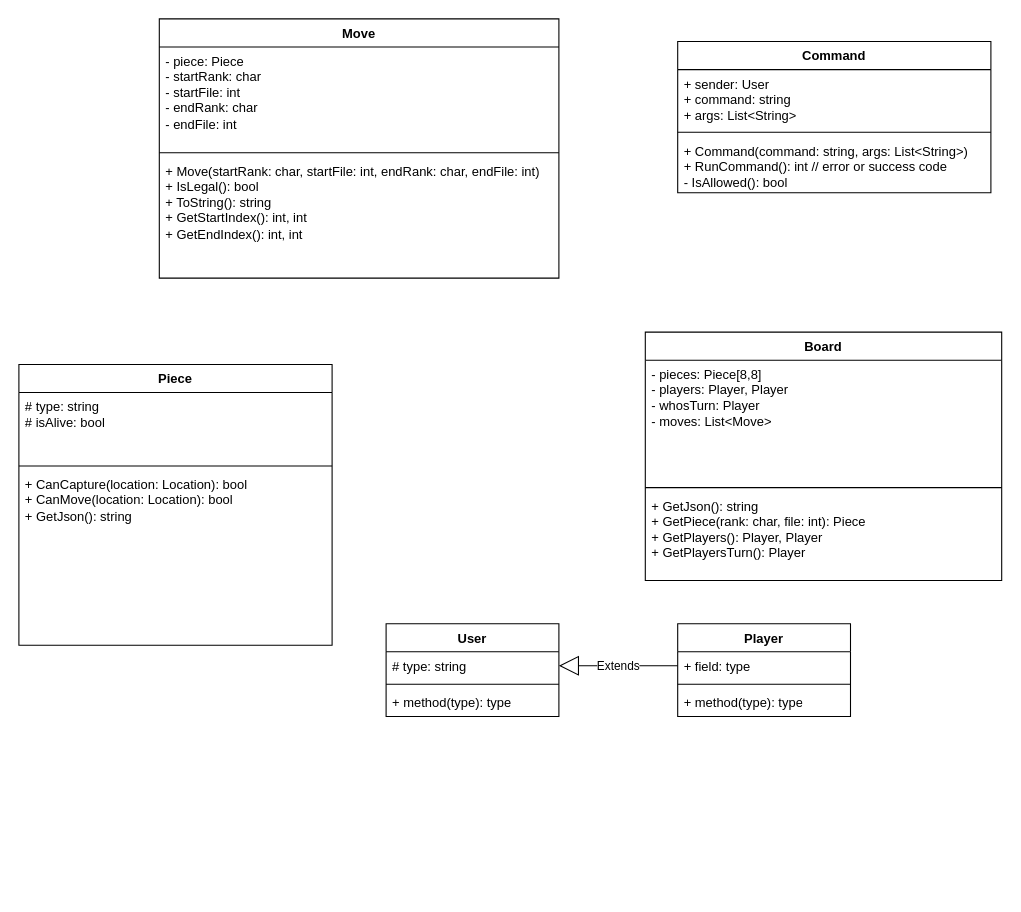
Above: final/FinalProject/Server UML.drawio in noduh/CSE-210 (draw.io), before the change. Source tidied: cells renumbered, new cells numbered last; positions are measured from the earlier drawing's top-left corner, leaving out a move shared by most shapes. Both pictures are drawn from the tidied source at 108%, with x=0, y=0 at pixel (18, 18).
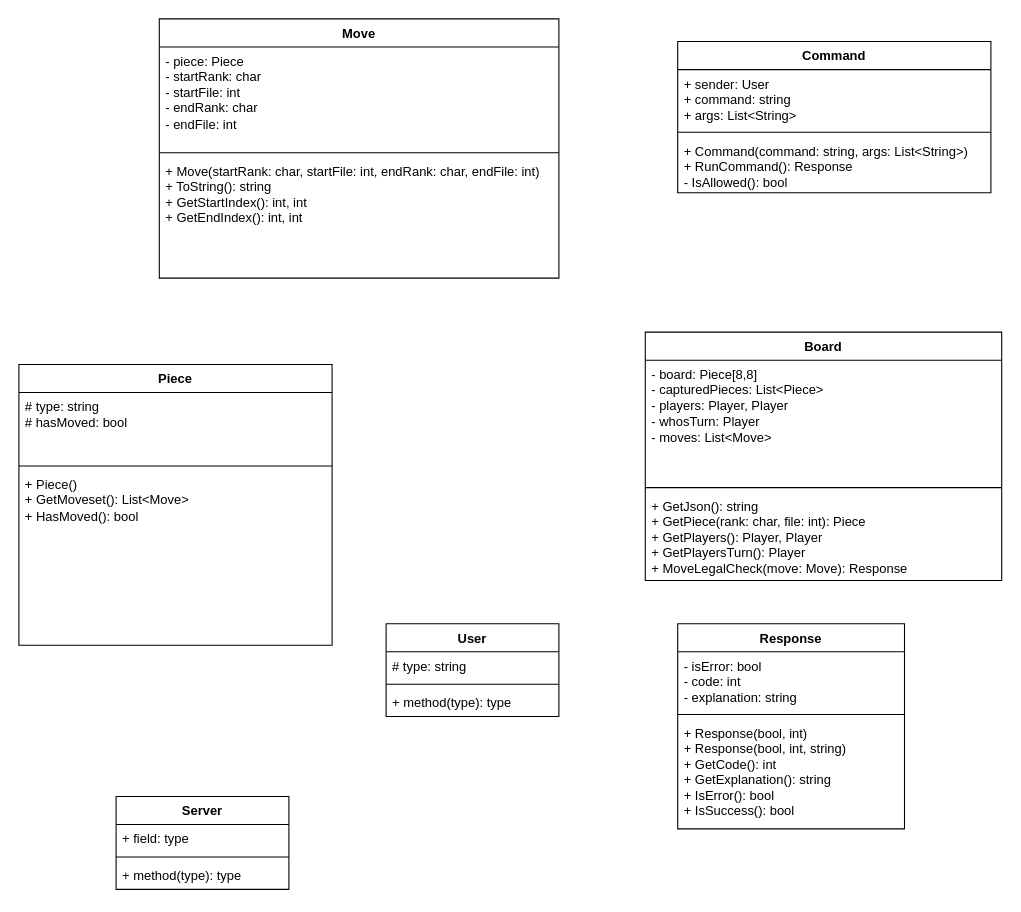
After the change.

Commit message (it also covers changes not shown here):
finished bare-bones of a server

Unchanged cells that the change refers to:
```xml
<mxCell id="2" value="Piece" style="swimlane;fontStyle=1;align=center;verticalAlign=top;horizontal=1;startSize=26;whiteSpace=wrap;html=1;" parent="1" vertex="1">
  <mxGeometry y="320" width="290" height="260" as="geometry" />
</mxCell>
<mxCell id="6" value="Board" style="swimlane;fontStyle=1;align=center;verticalAlign=top;horizontal=1;startSize=26;whiteSpace=wrap;html=1;" parent="1" vertex="1">
  <mxGeometry x="580" y="290" width="330" height="230" as="geometry" />
</mxCell>
<mxCell id="10" value="Move" style="swimlane;fontStyle=1;align=center;verticalAlign=top;horizontal=1;startSize=26;whiteSpace=wrap;html=1;" parent="1" vertex="1">
  <mxGeometry x="130" width="370" height="240" as="geometry" />
</mxCell>
<mxCell id="14" value="Command" style="swimlane;fontStyle=1;align=center;verticalAlign=top;horizontal=1;startSize=26;whiteSpace=wrap;html=1;" parent="1" vertex="1">
  <mxGeometry x="610" y="21" width="290" height="140" as="geometry" />
</mxCell>
<mxCell id="19" value="# type: string" style="text;strokeColor=none;fillColor=none;align=left;verticalAlign=top;spacingLeft=4;spacingRight=4;overflow=hidden;points=[[0,0.5],[1,0.5]];portConstraint=eastwest;whiteSpace=wrap;html=1;" parent="18" vertex="1">
  <mxGeometry y="26" width="160" height="26" as="geometry" />
</mxCell>
```

Diff of the diagram source:
```diff
@@
-    <mxCell id="3" value="# type: string&lt;div&gt;# isAlive: bool&lt;/div&gt;" style="text;strokeColor=none;fillColor=none;align=left;verticalAlign=top;spacingLeft=4;spacingRight=4;overflow=hidden;whiteSpace=wrap;html=1;" parent="2" vertex="1">
+    <mxCell id="3" value="# type: string&lt;div&gt;# hasMoved: bool&lt;/div&gt;" style="text;strokeColor=none;fillColor=none;align=left;verticalAlign=top;spacingLeft=4;spacingRight=4;overflow=hidden;whiteSpace=wrap;html=1;" parent="2" vertex="1">
       <mxGeometry y="26" width="290" height="64" as="geometry" />
     </mxCell>
@@
-    <mxCell id="5" value="+ CanCapture(location: Location): bool&lt;div&gt;+ CanMove(location: Location): bool&lt;/div&gt;&lt;div&gt;+ GetJson(): string&lt;/div&gt;&lt;div&gt;&lt;br&gt;&lt;/div&gt;" style="text;strokeColor=none;fillColor=none;align=left;verticalAlign=top;spacingLeft=4;spacingRight=4;overflow=hidden;whiteSpace=wrap;html=1;" parent="2" vertex="1">
+    <mxCell id="5" value="&lt;div&gt;+ Piece()&lt;/div&gt;&lt;div&gt;+ GetMoveset(): List&amp;lt;Move&amp;gt;&lt;/div&gt;&lt;div&gt;+ HasMoved(): bool&lt;/div&gt;" style="text;strokeColor=none;fillColor=none;align=left;verticalAlign=top;spacingLeft=4;spacingRight=4;overflow=hidden;whiteSpace=wrap;html=1;" parent="2" vertex="1">
       <mxGeometry y="98" width="290" height="162" as="geometry" />
     </mxCell>
@@
-    <mxCell id="7" value="- pieces: Piece[8,8]&lt;div&gt;- players: Player, Player&lt;/div&gt;&lt;div&gt;- whosTurn: Player&lt;/div&gt;&lt;div&gt;- moves: List&amp;lt;Move&amp;gt;&lt;/div&gt;" style="text;strokeColor=none;fillColor=none;align=left;verticalAlign=top;spacingLeft=4;spacingRight=4;overflow=hidden;whiteSpace=wrap;html=1;" parent="6" vertex="1">
+    <mxCell id="7" value="- board: Piece[8,8]&lt;div&gt;- capturedPieces: List&amp;lt;Piece&amp;gt;&lt;br&gt;&lt;div&gt;- players: Player, Player&lt;/div&gt;&lt;div&gt;- whosTurn: Player&lt;/div&gt;&lt;div&gt;- moves: List&amp;lt;Move&amp;gt;&lt;/div&gt;&lt;/div&gt;" style="text;strokeColor=none;fillColor=none;align=left;verticalAlign=top;spacingLeft=4;spacingRight=4;overflow=hidden;whiteSpace=wrap;html=1;" parent="6" vertex="1">
       <mxGeometry y="26" width="330" height="114" as="geometry" />
     </mxCell>
@@
-    <mxCell id="9" value="+ GetJson(): string&lt;div&gt;+ GetPiece(rank: char, file: int): Piece&lt;/div&gt;&lt;div&gt;+ GetPlayers(): Player, Player&lt;/div&gt;&lt;div&gt;+ GetPlayersTurn(): Player&lt;/div&gt;" style="text;strokeColor=none;fillColor=none;align=left;verticalAlign=top;spacingLeft=4;spacingRight=4;overflow=hidden;whiteSpace=wrap;html=1;" parent="6" vertex="1">
+    <mxCell id="9" value="+ GetJson(): string&lt;div&gt;+ GetPiece(rank: char, file: int): Piece&lt;/div&gt;&lt;div&gt;+ GetPlayers(): Player, Player&lt;/div&gt;&lt;div&gt;+ GetPlayersTurn(): Player&lt;/div&gt;&lt;div&gt;+ MoveLegalCheck(move: Move): Response&lt;/div&gt;" style="text;strokeColor=none;fillColor=none;align=left;verticalAlign=top;spacingLeft=4;spacingRight=4;overflow=hidden;whiteSpace=wrap;html=1;" parent="6" vertex="1">
       <mxGeometry y="148" width="330" height="82" as="geometry" />
     </mxCell>
@@
-    <mxCell id="13" value="+ Move(startRank: char, startFile: int, endRank: char, endFile: int)&lt;div&gt;+ IsLegal(): bool&lt;/div&gt;&lt;div&gt;+ ToString(): string&lt;/div&gt;&lt;div&gt;+ GetStartIndex(): int, int&lt;/div&gt;&lt;div&gt;+ GetEndIndex(): int, int&lt;/div&gt;" style="text;strokeColor=none;fillColor=none;align=left;verticalAlign=top;spacingLeft=4;spacingRight=4;overflow=hidden;whiteSpace=wrap;html=1;" parent="10" vertex="1">
+    <mxCell id="13" value="+ Move(startRank: char, startFile: int, endRank: char, endFile: int)&lt;div&gt;+ ToString(): string&lt;/div&gt;&lt;div&gt;+ GetStartIndex(): int, int&lt;/div&gt;&lt;div&gt;+ GetEndIndex(): int, int&lt;/div&gt;" style="text;strokeColor=none;fillColor=none;align=left;verticalAlign=top;spacingLeft=4;spacingRight=4;overflow=hidden;whiteSpace=wrap;html=1;" parent="10" vertex="1">
       <mxGeometry y="128" width="370" height="112" as="geometry" />
     </mxCell>
@@
-    <mxCell id="17" value="+ Command(command: string, args: List&amp;lt;String&amp;gt;)&lt;div&gt;+ RunCommand(): int // error or success code&lt;/div&gt;&lt;div&gt;- IsAllowed(): bool&lt;/div&gt;" style="text;strokeColor=none;fillColor=none;align=left;verticalAlign=top;spacingLeft=4;spacingRight=4;overflow=hidden;whiteSpace=wrap;html=1;" parent="14" vertex="1">
+    <mxCell id="17" value="+ Command(command: string, args: List&amp;lt;String&amp;gt;)&lt;div&gt;+ RunCommand(): Response&lt;/div&gt;&lt;div&gt;- IsAllowed(): bool&lt;/div&gt;" style="text;strokeColor=none;fillColor=none;align=left;verticalAlign=top;spacingLeft=4;spacingRight=4;overflow=hidden;whiteSpace=wrap;html=1;" parent="14" vertex="1">
       <mxGeometry y="88" width="290" height="52" as="geometry" />
     </mxCell>
@@
-    <mxCell id="22" value="Player" style="swimlane;fontStyle=1;align=center;verticalAlign=top;horizontal=1;startSize=26;whiteSpace=wrap;html=1;" parent="1" vertex="1">
-      <mxGeometry x="610" y="560" width="160" height="86" as="geometry" />
-    </mxCell>
+    <mxCell id="27" value="Server" style="swimlane;fontStyle=1;align=center;verticalAlign=top;horizontal=1;startSize=26;whiteSpace=wrap;html=1;" parent="1" vertex="1">
+      <mxGeometry x="90" y="720" width="160" height="86" as="geometry" />
+    </mxCell>
-    <mxCell id="23" value="+ field: type" style="text;strokeColor=none;fillColor=none;align=left;verticalAlign=top;spacingLeft=4;spacingRight=4;overflow=hidden;points=[[0,0.5],[1,0.5]];portConstraint=eastwest;whiteSpace=wrap;html=1;" parent="22" vertex="1">
+    <mxCell id="23" value="+ field: type" style="text;strokeColor=none;fillColor=none;align=left;verticalAlign=top;spacingLeft=4;spacingRight=4;overflow=hidden;points=[[0,0.5],[1,0.5]];portConstraint=eastwest;whiteSpace=wrap;html=1;" parent="27" vertex="1">
       <mxGeometry y="26" width="160" height="26" as="geometry" />
     </mxCell>
-    <mxCell id="24" style="line;strokeWidth=1;fillColor=none;align=left;verticalAlign=middle;spacingTop=-1;spacingLeft=3;spacingRight=3;labelPosition=right;strokeColor=inherit;" parent="22" vertex="1">
+    <mxCell id="24" style="line;strokeWidth=1;fillColor=none;align=left;verticalAlign=middle;spacingTop=-1;spacingLeft=3;spacingRight=3;labelPosition=right;strokeColor=inherit;" parent="27" vertex="1">
       <mxGeometry y="52" width="160" height="8" as="geometry" />
     </mxCell>
-    <mxCell id="25" value="+ method(type): type" style="text;strokeColor=none;fillColor=none;align=left;verticalAlign=top;spacingLeft=4;spacingRight=4;overflow=hidden;whiteSpace=wrap;html=1;" parent="22" vertex="1">
+    <mxCell id="25" value="+ method(type): type" style="text;strokeColor=none;fillColor=none;align=left;verticalAlign=top;spacingLeft=4;spacingRight=4;overflow=hidden;whiteSpace=wrap;html=1;" parent="27" vertex="1">
       <mxGeometry y="60" width="160" height="26" as="geometry" />
     </mxCell>
-    <mxCell id="26" value="Extends" style="endArrow=block;endSize=16;endFill=0;html=1;rounded=0;exitX=0;exitY=0.5;exitDx=0;exitDy=0;entryX=1;entryY=0.5;entryDx=0;entryDy=0;" parent="1" edge="1" source="23" target="19">
-      <mxGeometry relative="1" as="geometry" />
-    </mxCell>
+    <mxCell id="28" value="Response" style="swimlane;fontStyle=1;align=center;verticalAlign=top;horizontal=1;startSize=26;whiteSpace=wrap;html=1;" parent="1" vertex="1">
+      <mxGeometry x="610" y="560" width="210" height="190" as="geometry" />
+    </mxCell>
+    <mxCell id="29" value="- isError: bool&lt;div&gt;- code: int&lt;br&gt;&lt;div&gt;- explanation: string&lt;/div&gt;&lt;/div&gt;" style="text;strokeColor=none;fillColor=none;align=left;verticalAlign=top;spacingLeft=4;spacingRight=4;overflow=hidden;whiteSpace=wrap;html=1;" parent="28" vertex="1">
+      <mxGeometry y="26" width="210" height="54" as="geometry" />
+    </mxCell>
+    <mxCell id="30" style="line;strokeWidth=1;fillColor=none;align=left;verticalAlign=middle;spacingTop=-1;spacingLeft=3;spacingRight=3;labelPosition=right;strokeColor=inherit;" parent="28" vertex="1">
+      <mxGeometry y="80" width="210" height="8" as="geometry" />
+    </mxCell>
+    <mxCell id="31" value="+ Response(bool, int)&lt;div&gt;+ Response(bool, int, string)&lt;/div&gt;&lt;div&gt;+ GetCode(): int&lt;/div&gt;&lt;div&gt;+ GetExplanation(): string&lt;/div&gt;&lt;div&gt;+ IsError(): bool&lt;/div&gt;&lt;div&gt;+ IsSuccess(): bool&lt;/div&gt;" style="text;strokeColor=none;fillColor=none;align=left;verticalAlign=top;spacingLeft=4;spacingRight=4;overflow=hidden;whiteSpace=wrap;html=1;" parent="28" vertex="1">
+      <mxGeometry y="88" width="210" height="102" as="geometry" />
+    </mxCell>
```
